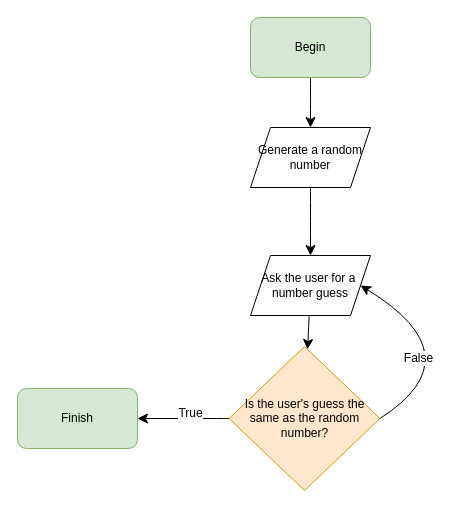
Earlier version of the draw.io diagram diagrams/ProgramControlFlow2.drawio (twitocode/Draw.io-Diagrams). Source tidied: cells renumbered, new cells numbered last; positions are measured from the earlier drawing's top-left corner, leaving out a move shared by most shapes. Both pictures are drawn from the tidied source at 100%, with x=0, y=0 at pixel (17, 17).
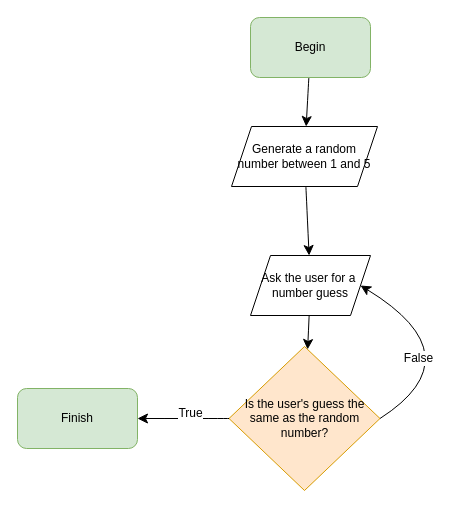
The same diagram, later.

What changed in the source:
```diff
@@
 <mxGraphModel>
   <root>
     <mxCell id="0" />
     <mxCell id="1" parent="0" />
     <mxCell id="2" style="edgeStyle=none;curved=1;rounded=0;jettySize=auto;html=1;fontSize=12;startSize=8;endSize=8;" parent="1" edge="1" source="3" target="5">
       <mxGeometry relative="1" as="geometry" />
     </mxCell>
     <mxCell id="3" value="Begin" style="rounded=1;whiteSpace=wrap;html=1;fillColor=#d5e8d4;strokeColor=#82b366;" parent="1" vertex="1">
       <mxGeometry x="233" width="120" height="60" as="geometry" />
     </mxCell>
     <mxCell id="4" style="edgeStyle=none;curved=1;rounded=0;jettySize=auto;html=1;fontSize=12;startSize=8;endSize=8;" parent="1" edge="1" source="5" target="7">
       <mxGeometry relative="1" as="geometry" />
     </mxCell>
-    <mxCell id="5" value="Generate a random number" style="shape=parallelogram;perimeter=parallelogramPerimeter;whiteSpace=wrap;html=1;fixedSize=1;" parent="1" vertex="1">
-      <mxGeometry x="233" y="110" width="120" height="60" as="geometry" />
+    <mxCell id="5" value="Generate a random number between 1 and 5" style="shape=parallelogram;perimeter=parallelogramPerimeter;whiteSpace=wrap;html=1;fixedSize=1;" parent="1" vertex="1">
+      <mxGeometry x="214" y="109" width="146" height="60" as="geometry" />
     </mxCell>
     <mxCell id="6" style="edgeStyle=none;curved=1;rounded=0;jettySize=auto;html=1;fontSize=12;startSize=8;endSize=8;" parent="1" edge="1" source="7" target="13">
       <mxGeometry relative="1" as="geometry" />
     </mxCell>
     <mxCell id="7" value="Ask the user for a&amp;nbsp;&lt;div&gt;number guess&lt;/div&gt;" style="shape=parallelogram;perimeter=parallelogramPerimeter;whiteSpace=wrap;html=1;fixedSize=1;" parent="1" vertex="1">
       <mxGeometry x="233" y="238" width="120" height="60" as="geometry" />
     </mxCell>
     <mxCell id="8" value="Finish" style="rounded=1;whiteSpace=wrap;html=1;fillColor=#d5e8d4;strokeColor=#82b366;" parent="1" vertex="1">
       <mxGeometry y="371" width="120" height="60" as="geometry" />
     </mxCell>
     <mxCell id="9" style="edgeStyle=none;curved=1;rounded=0;jettySize=auto;html=1;fontSize=12;startSize=8;endSize=8;" parent="1" edge="1" source="13" target="8">
       <mxGeometry relative="1" as="geometry" />
     </mxCell>
     <mxCell id="10" value="True" style="edgeLabel;html=1;align=center;verticalAlign=middle;fontSize=12;" parent="9" vertex="1">
       <mxGeometry x="-0.14" y="-6" relative="1" as="geometry" />
     </mxCell>
     <mxCell id="11" style="edgeStyle=none;curved=1;rounded=0;jettySize=auto;html=1;exitX=1;exitY=0.5;exitDx=0;exitDy=0;entryX=1;entryY=0.5;entryDx=0;entryDy=0;fontSize=12;startSize=8;endSize=8;" parent="1" edge="1" source="13" target="7">
       <mxGeometry relative="1" as="geometry">
         <Array as="points">
           <mxPoint x="459" y="339" />
         </Array>
       </mxGeometry>
     </mxCell>
     <mxCell id="12" value="False" style="edgeLabel;html=1;align=center;verticalAlign=middle;fontSize=12;" parent="11" vertex="1">
       <mxGeometry x="-0.48" y="30" relative="1" as="geometry" />
     </mxCell>
     <mxCell id="13" value="Is the user's guess the same as the random number?" style="rhombus;whiteSpace=wrap;html=1;fillColor=#ffe6cc;strokeColor=#d79b00;" parent="1" vertex="1">
       <mxGeometry x="211.5" y="329" width="151" height="144" as="geometry" />
     </mxCell>
   </root>
 </mxGraphModel>
```
